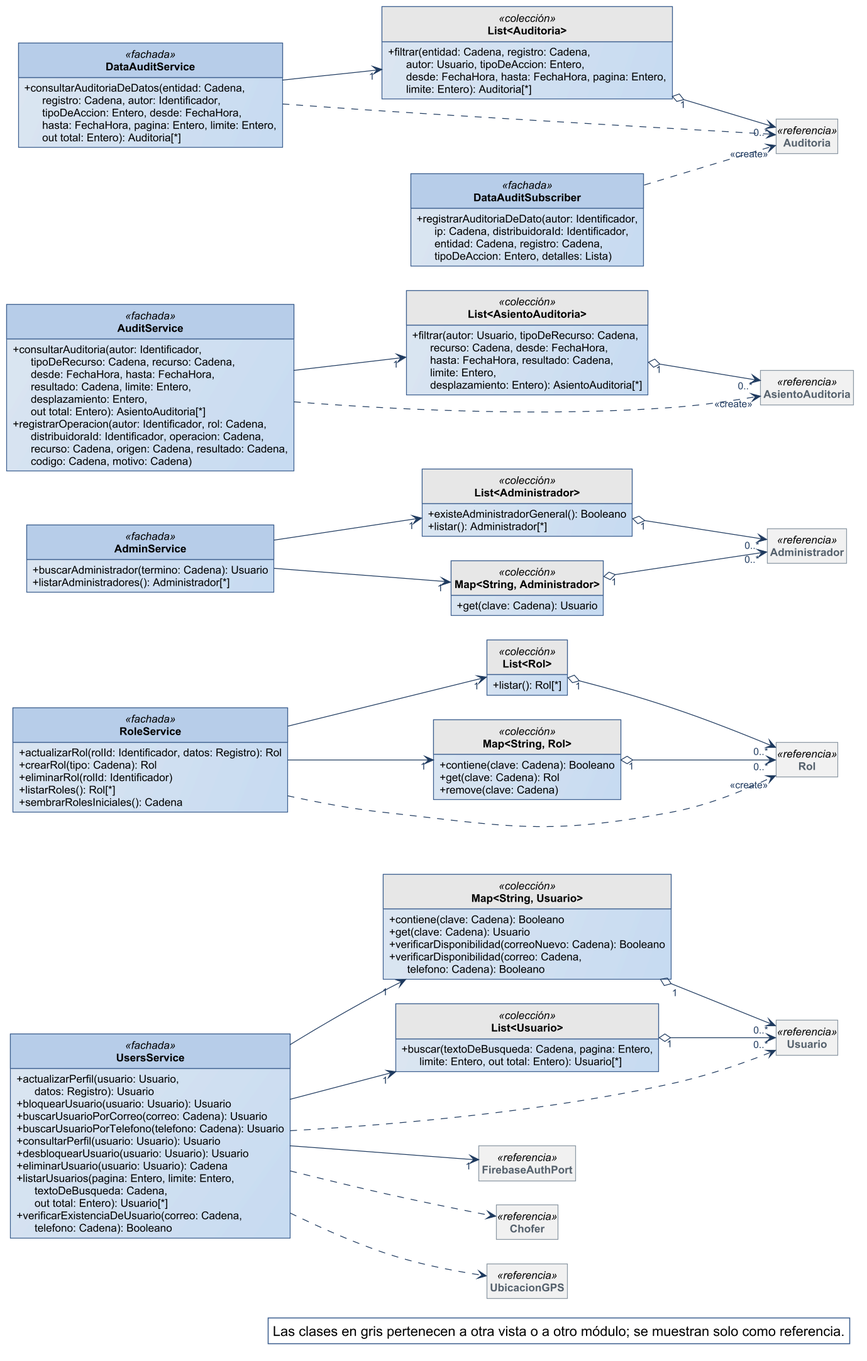
The PlantUML diagram diagramas/clases-diseno/DC_Mod_Usuarios.png in Nahuelito-Dev/splg-docs, before a commit.
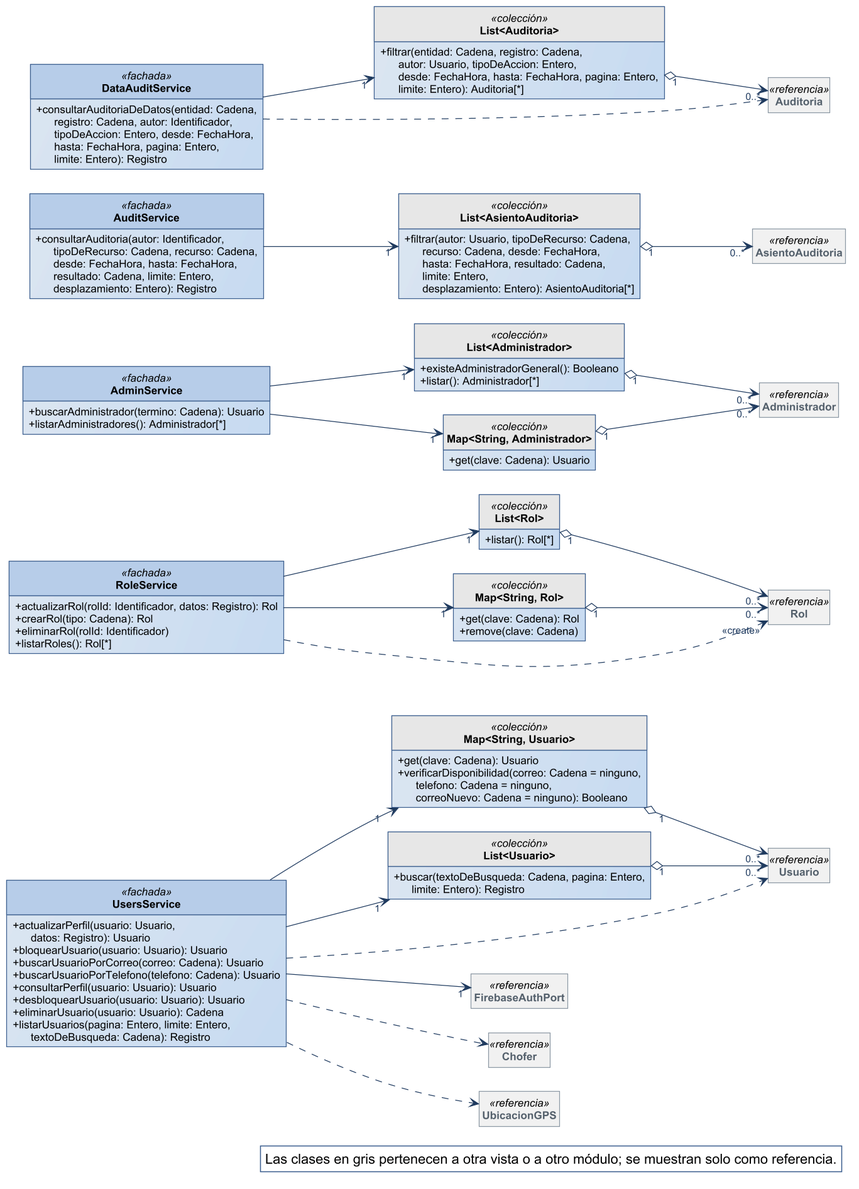
After the change.

The edit, as a diff of the source:
```diff
@@ -31,10 +31,8 @@
 skinparam nodesep 25
 skinparam ranksep 90
 class "Map<String, Usuario>" as Map_String_Usuario <<colección>> {
-  + contiene(clave: Cadena): Booleano
   + get(clave: Cadena): Usuario
-  + verificarDisponibilidad(correoNuevo: Cadena): Booleano
-  + verificarDisponibilidad(correo: Cadena,\n      telefono: Cadena): Booleano
+  + verificarDisponibilidad(correo: Cadena = ninguno,\n      telefono: Cadena = ninguno,\n      correoNuevo: Cadena = ninguno): Booleano
 }
 class UsersService <<fachada>> {
   + actualizarPerfil(usuario: Usuario,\n      datos: Registro): Usuario
@@ -44,24 +42,21 @@
   + consultarPerfil(usuario: Usuario): Usuario
   + desbloquearUsuario(usuario: Usuario): Usuario
   + eliminarUsuario(usuario: Usuario): Cadena
-  + listarUsuarios(pagina: Entero, limite: Entero,\n      textoDeBusqueda: Cadena,\n      out total: Entero): Usuario[*]
-  + verificarExistenciaDeUsuario(correo: Cadena,\n      telefono: Cadena): Booleano
+  + listarUsuarios(pagina: Entero, limite: Entero,\n      textoDeBusqueda: Cadena): Registro
 }
 class "List<Usuario>" as List_Usuario <<colección>> {
-  + buscar(textoDeBusqueda: Cadena, pagina: Entero,\n      limite: Entero, out total: Entero): Usuario[*]
+  + buscar(textoDeBusqueda: Cadena, pagina: Entero,\n      limite: Entero): Registro
 }
 class RoleService <<fachada>> {
   + actualizarRol(rolId: Identificador, datos: Registro): Rol
   + crearRol(tipo: Cadena): Rol
   + eliminarRol(rolId: Identificador)
   + listarRoles(): Rol[*]
-  + sembrarRolesIniciales(): Cadena
 }
 class "List<Rol>" as List_Rol <<colección>> {
   + listar(): Rol[*]
 }
 class "Map<String, Rol>" as Map_String_Rol <<colección>> {
-  + contiene(clave: Cadena): Booleano
   + get(clave: Cadena): Rol
   + remove(clave: Cadena)
 }
@@ -77,20 +72,16 @@
   + get(clave: Cadena): Usuario
 }
 class AuditService <<fachada>> {
-  + consultarAuditoria(autor: Identificador,\n      tipoDeRecurso: Cadena, recurso: Cadena,\n      desde: FechaHora, hasta: FechaHora,\n      resultado: Cadena, limite: Entero,\n      desplazamiento: Entero,\n      out total: Entero): AsientoAuditoria[*]
-  + registrarOperacion(autor: Identificador, rol: Cadena,\n      distribuidoraId: Identificador, operacion: Cadena,\n      recurso: Cadena, origen: Cadena, resultado: Cadena,\n      codigo: Cadena, motivo: Cadena)
+  + consultarAuditoria(autor: Identificador,\n      tipoDeRecurso: Cadena, recurso: Cadena,\n      desde: FechaHora, hasta: FechaHora,\n      resultado: Cadena, limite: Entero,\n      desplazamiento: Entero): Registro
 }
 class "List<AsientoAuditoria>" as List_AsientoAuditoria <<colección>> {
   + filtrar(autor: Usuario, tipoDeRecurso: Cadena,\n      recurso: Cadena, desde: FechaHora,\n      hasta: FechaHora, resultado: Cadena,\n      limite: Entero,\n      desplazamiento: Entero): AsientoAuditoria[*]
 }
 class DataAuditService <<fachada>> {
-  + consultarAuditoriaDeDatos(entidad: Cadena,\n      registro: Cadena, autor: Identificador,\n      tipoDeAccion: Entero, desde: FechaHora,\n      hasta: FechaHora, pagina: Entero, limite: Entero,\n      out total: Entero): Auditoria[*]
+  + consultarAuditoriaDeDatos(entidad: Cadena,\n      registro: Cadena, autor: Identificador,\n      tipoDeAccion: Entero, desde: FechaHora,\n      hasta: FechaHora, pagina: Entero,\n      limite: Entero): Registro
 }
 class "List<Auditoria>" as List_Auditoria <<colección>> {
   + filtrar(entidad: Cadena, registro: Cadena,\n      autor: Usuario, tipoDeAccion: Entero,\n      desde: FechaHora, hasta: FechaHora, pagina: Entero,\n      limite: Entero): Auditoria[*]
-}
-class DataAuditSubscriber <<fachada>> {
-  + registrarAuditoriaDeDato(autor: Identificador,\n      ip: Cadena, distribuidoraId: Identificador,\n      entidad: Cadena, registro: Cadena,\n      tipoDeAccion: Entero, detalles: Lista)
 }
 class Usuario <<referencia>>
 class Administrador <<referencia>>
@@ -106,9 +97,9 @@
 List_Administrador "1" o--> "0..*" Administrador
 Map_String_Administrador "1" o--> "0..*" Administrador
 List_Rol "1" o--> "0..*" Rol
-Map_String_Rol "1" o--> "0..*" Rol
 List_AsientoAuditoria "1" o--> "0..*" AsientoAuditoria
 List_Auditoria "1" o--> "0..*" Auditoria
+Map_String_Rol "1" o--> "0..*" Rol
 AdminService --> "1" List_Administrador
 AdminService --> "1" Map_String_Administrador
 AuditService --> "1" List_AsientoAuditoria
@@ -118,9 +109,7 @@
 UsersService --> "1" FirebaseAuthPort
 UsersService --> "1" List_Usuario
 UsersService --> "1" Map_String_Usuario
-AuditService ..> "<<create>>" AsientoAuditoria
 DataAuditService ..> Auditoria
-DataAuditSubscriber ..> "<<create>>" Auditoria
 RoleService ..> "<<create>>" Rol
 UsersService ..> Chofer
 UsersService ..> UbicacionGPS
```
